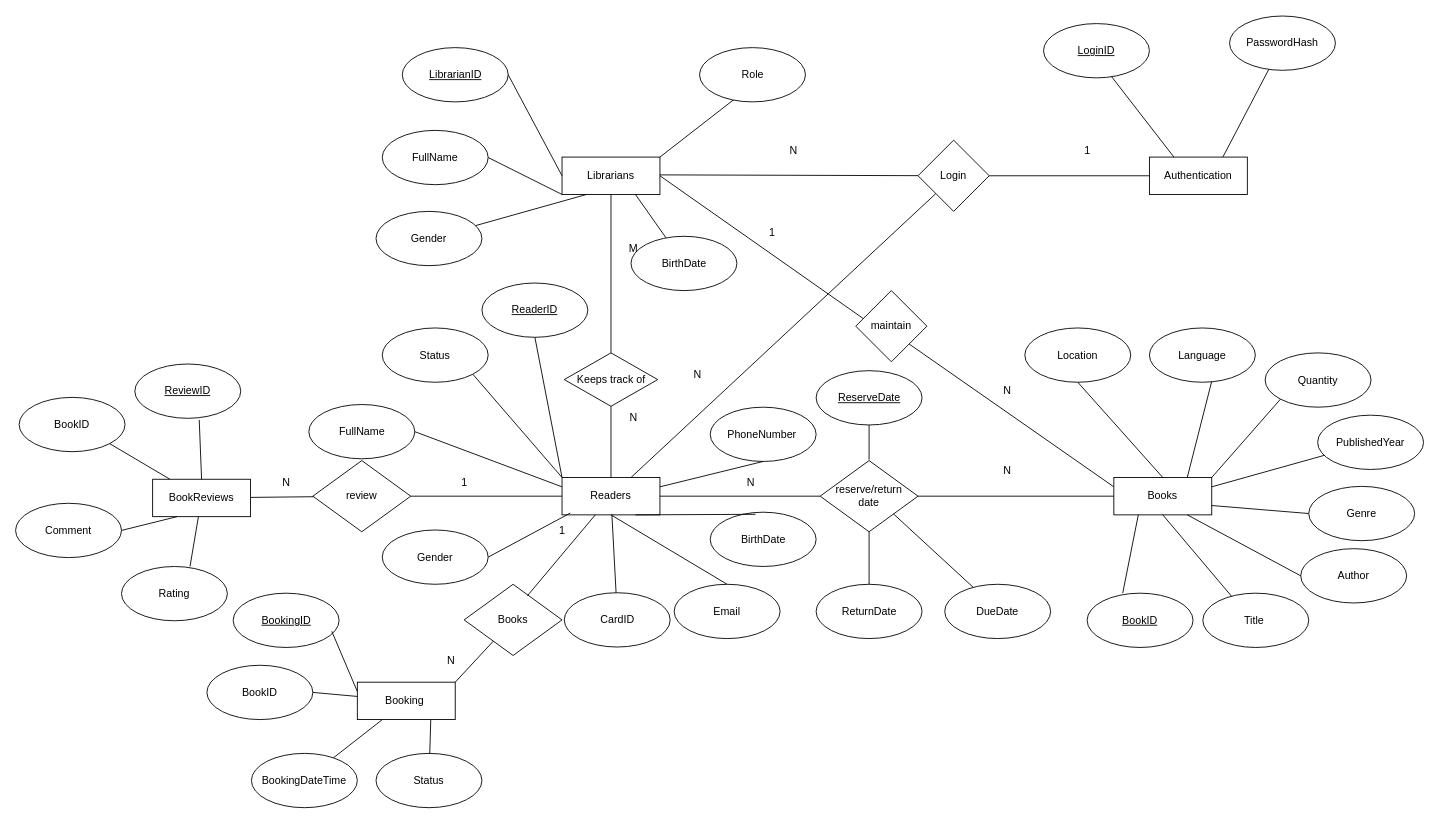
Before: .idea/library.drawio in thanhpro0802/demo, a draw.io diagram. Source tidied: cells renumbered, new cells numbered last; positions are measured from the earlier drawing's top-left corner, leaving out a move shared by most shapes. Both pictures are drawn from the tidied source at 89%, with x=0, y=0 at pixel (15, 16).
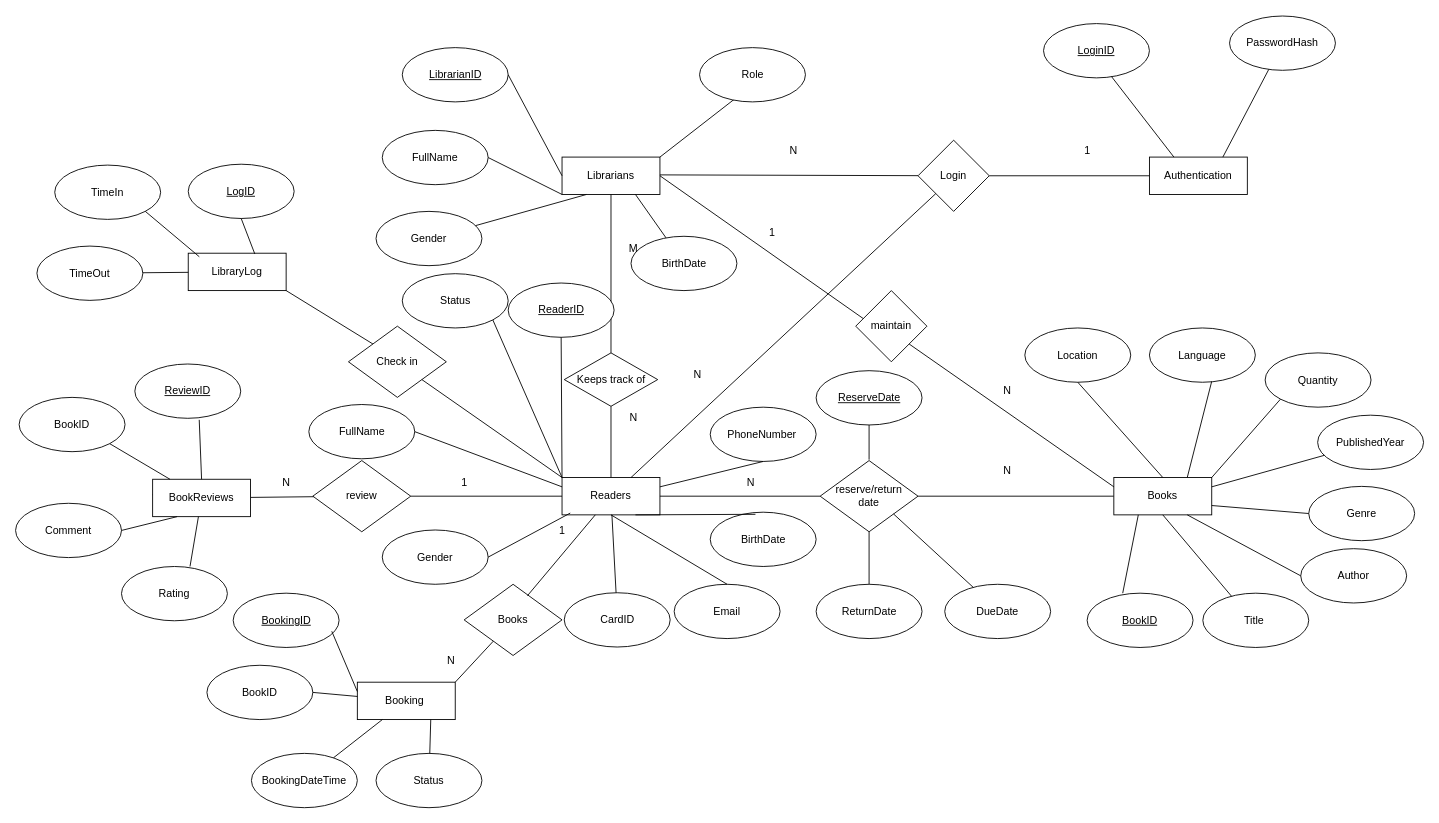
The same diagram, later.

Unchanged cells that the change refers to:
```xml
<mxCell id="16" value="Readers" style="rounded=0;whiteSpace=wrap;html=1;" parent="1" vertex="1">
  <mxGeometry x="614" y="518" width="110" height="42" as="geometry" />
</mxCell>
```

Diff of the diagram source:
```diff
@@
     <mxCell id="17" value="&lt;u&gt;ReaderID&lt;/u&gt;" style="ellipse;whiteSpace=wrap;html=1;" parent="1" vertex="1">
-      <mxGeometry x="524" y="299.5" width="119" height="61" as="geometry" />
+      <mxGeometry x="553.5" y="299.5" width="119" height="61" as="geometry" />
     </mxCell>
@@
     <mxCell id="103" value="Status" style="ellipse;whiteSpace=wrap;html=1;" parent="1" vertex="1">
-      <mxGeometry x="412" y="350" width="119" height="61" as="geometry" />
+      <mxGeometry x="434.5" y="289" width="119" height="61" as="geometry" />
     </mxCell>
@@
+    <mxCell id="109" value="Check in" style="rhombus;whiteSpace=wrap;html=1;" parent="1" vertex="1">
+      <mxGeometry x="374" y="348" width="110" height="80" as="geometry" />
+    </mxCell>
+    <mxCell id="110" value="LibraryLog" style="rounded=0;whiteSpace=wrap;html=1;" parent="1" vertex="1">
+      <mxGeometry x="194" y="266" width="110" height="42" as="geometry" />
+    </mxCell>
+    <mxCell id="111" value="&lt;u&gt;LogID&lt;/u&gt;" style="ellipse;whiteSpace=wrap;html=1;" parent="1" vertex="1">
+      <mxGeometry x="194" y="166" width="119" height="61" as="geometry" />
+    </mxCell>
+    <mxCell id="112" value="TimeOut" style="ellipse;whiteSpace=wrap;html=1;" parent="1" vertex="1">
+      <mxGeometry x="24" y="258" width="119" height="61" as="geometry" />
+    </mxCell>
+    <mxCell id="113" value="TimeIn" style="ellipse;whiteSpace=wrap;html=1;" parent="1" vertex="1">
+      <mxGeometry x="44" y="167" width="119" height="61" as="geometry" />
+    </mxCell>
+    <mxCell id="114" style="endArrow=none;html=1;rounded=0;exitX=0;exitY=0;exitDx=0;exitDy=0;entryX=1;entryY=1;entryDx=0;entryDy=0;" parent="1" edge="1" source="16" target="109">
+      <mxGeometry relative="1" as="geometry" />
+    </mxCell>
+    <mxCell id="115" style="endArrow=none;html=1;rounded=0;exitX=0;exitY=0;exitDx=0;exitDy=0;entryX=1;entryY=1;entryDx=0;entryDy=0;" parent="1" edge="1" source="109" target="110">
+      <mxGeometry relative="1" as="geometry" />
+    </mxCell>
+    <mxCell id="116" style="endArrow=none;html=1;rounded=0;exitX=0.68;exitY=0.019;exitDx=0;exitDy=0;exitPerimeter=0;entryX=0.5;entryY=1;entryDx=0;entryDy=0;" parent="1" edge="1" source="110" target="111">
+      <mxGeometry relative="1" as="geometry" />
+    </mxCell>
+    <mxCell id="117" style="endArrow=none;html=1;rounded=0;exitX=1;exitY=1;exitDx=0;exitDy=0;entryX=0.113;entryY=0.095;entryDx=0;entryDy=0;entryPerimeter=0;" parent="1" edge="1" source="113" target="110">
+      <mxGeometry relative="1" as="geometry" />
+    </mxCell>
+    <mxCell id="118" style="endArrow=none;html=1;rounded=0;" parent="1" edge="1" source="112" target="110">
+      <mxGeometry relative="1" as="geometry" />
+    </mxCell>
```
